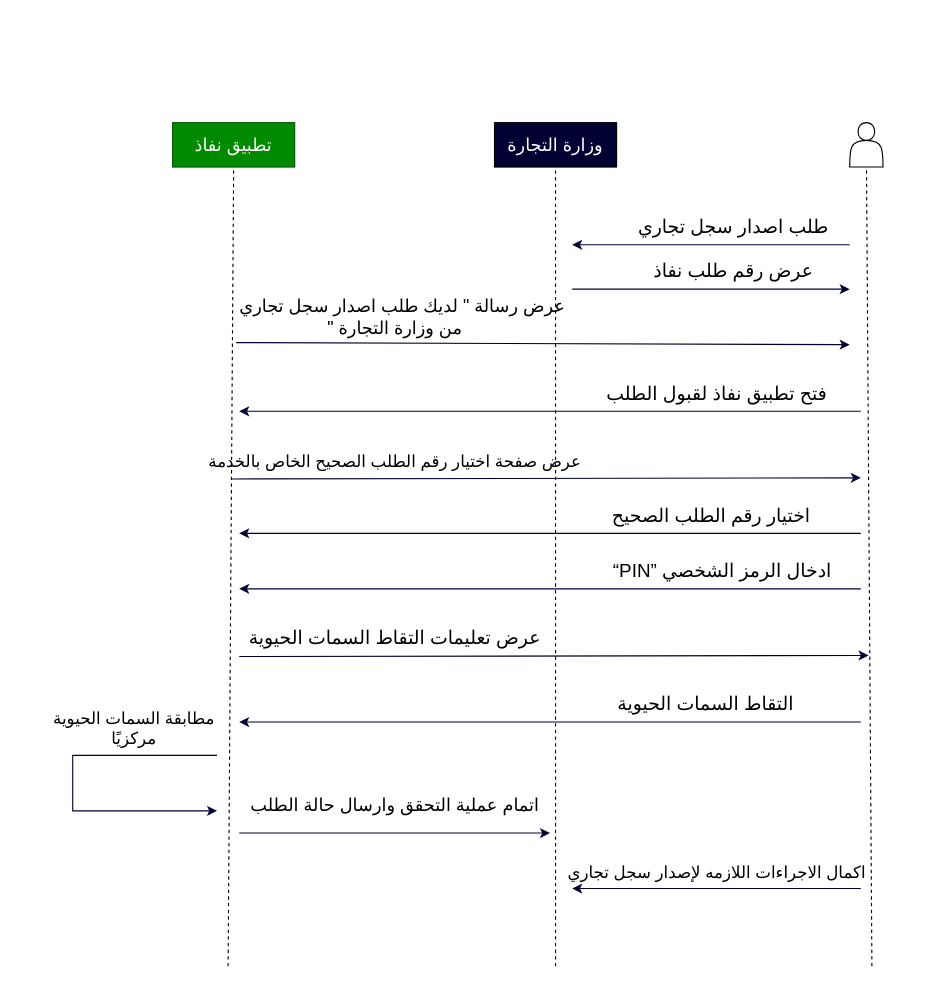
BayadirAlharbi/SmartMethodsTask1 keeps this draw.io diagram as اصدار سجل تجاري.drawio. Above is the earlier version. Source tidied: cells renumbered, new cells numbered last; positions are measured from the earlier drawing's top-left corner, leaving out a move shared by most shapes. Both pictures are drawn from the tidied source at 111%, with x=0, y=0 at pixel (61, 122).
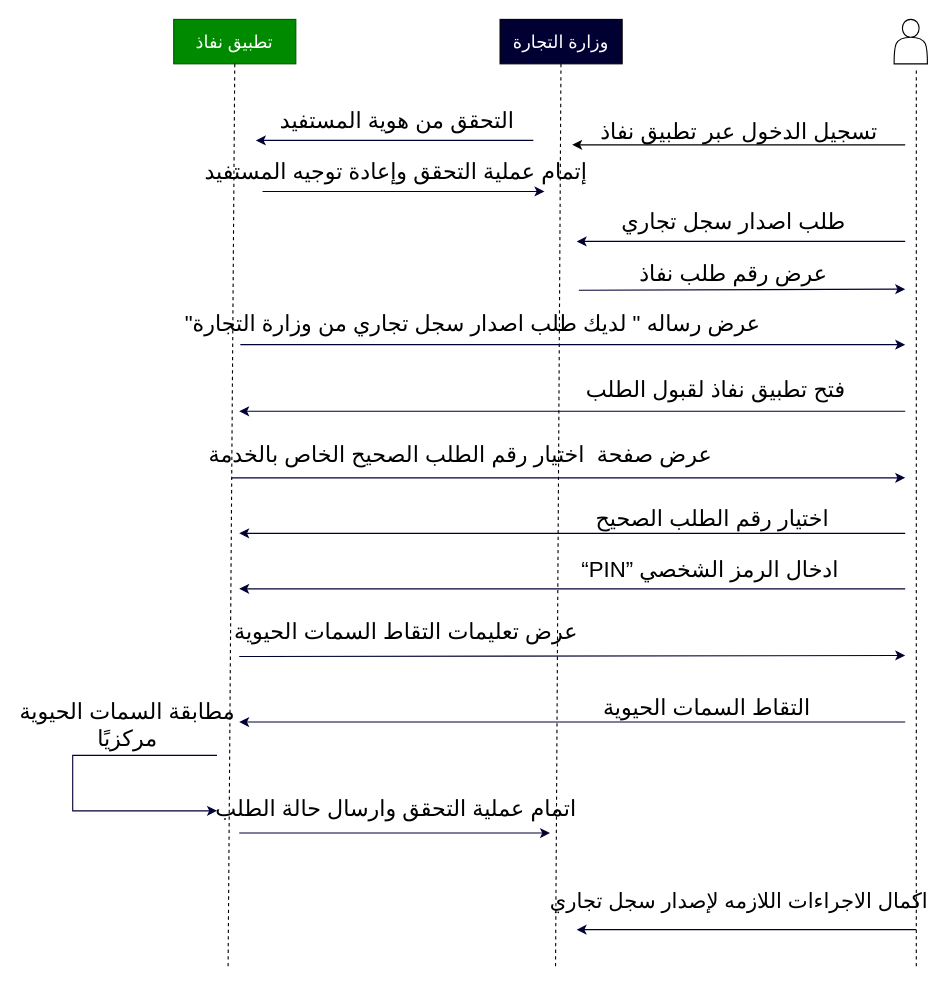
Above is the later version.

Diff of the diagram source:
```diff
@@
-    <mxCell id="2" style="endArrow=none;dashed=1;html=1;rounded=0;startArrow=none;" parent="1" edge="1" source="24">
-      <mxGeometry relative="1" as="geometry">
-        <mxPoint x="450" y="20" as="targetPoint" />
-      </mxGeometry>
-    </mxCell>
     <mxCell id="3" value="تطبيق نفاذ" style="rounded=0;whiteSpace=wrap;html=1;strokeColor=#005700;fillColor=#008a00;fontColor=#ffffff;fontSize=16;" parent="1" vertex="1">
-      <mxGeometry x="100" width="110" height="40" as="geometry" />
+      <mxGeometry x="101" y="-93" width="110" height="40" as="geometry" />
     </mxCell>
     <mxCell id="4" style="endArrow=classic;html=1;rounded=0;fontSize=10;fillColor=#0050ef;strokeColor=#000033;" parent="1" edge="1">
       <mxGeometry relative="1" as="geometry">
-        <mxPoint x="710" y="110" as="sourcePoint" />
-        <mxPoint x="460" y="110" as="targetPoint" />
+        <mxPoint x="760" y="107" as="sourcePoint" />
+        <mxPoint x="464" y="107" as="targetPoint" />
       </mxGeometry>
     </mxCell>
-    <mxCell id="5" value="&lt;font style=&quot;font-size: 17px;&quot;&gt;طلب اصدار سجل تجاري&lt;/font&gt;" style="text;html=1;align=center;verticalAlign=middle;strokeColor=none;fillColor=none;fontSize=17;" parent="1" vertex="1">
-      <mxGeometry x="525" y="80" width="160" height="30" as="geometry" />
+    <mxCell id="5" value="&lt;font style=&quot;font-size: 20px;&quot;&gt;طلب اصدار سجل تجاري&lt;/font&gt;" style="text;html=1;align=center;verticalAlign=middle;strokeColor=none;fillColor=none;fontSize=20;" parent="1" vertex="1">
+      <mxGeometry x="515" y="70" width="180" height="36" as="geometry" />
     </mxCell>
     <mxCell id="6" style="endArrow=classic;html=1;rounded=0;fontSize=10;strokeColor=#000033;" parent="1" edge="1">
       <mxGeometry relative="1" as="geometry">
-        <mxPoint x="460" y="150" as="sourcePoint" />
-        <mxPoint x="710" y="150" as="targetPoint" />
+        <mxPoint x="466" y="151" as="sourcePoint" />
+        <mxPoint x="760" y="150" as="targetPoint" />
       </mxGeometry>
     </mxCell>
-    <mxCell id="7" value="&lt;font style=&quot;font-size: 17px;&quot;&gt;عرض رقم طلب نفاذ&lt;/font&gt;" style="text;html=1;align=center;verticalAlign=middle;strokeColor=none;fillColor=none;fontSize=17;" parent="1" vertex="1">
-      <mxGeometry x="535" y="120" width="140" height="30" as="geometry" />
+    <mxCell id="7" value="&lt;font style=&quot;font-size: 20px;&quot;&gt;عرض رقم طلب نفاذ&lt;/font&gt;" style="text;html=1;align=center;verticalAlign=middle;strokeColor=none;fillColor=none;fontSize=20;" parent="1" vertex="1">
+      <mxGeometry x="530" y="117" width="150" height="36" as="geometry" />
     </mxCell>
-    <mxCell id="8" value="&lt;font style=&quot;font-size: 16px;&quot;&gt;&amp;nbsp; &amp;nbsp;عرض رسالة &quot; لديك طلب اصدار سجل تجاري&lt;br&gt;&quot; من وزارة التجارة&lt;/font&gt;" style="text;html=1;align=center;verticalAlign=middle;points=[];strokeColor=none;fillColor=none;fontSize=16;" parent="1" vertex="1">
-      <mxGeometry x="160" y="150" width="280" height="50" as="geometry" />
+    <mxCell id="8" value="&lt;font style=&quot;font-size: 20px;&quot;&gt;&quot;عرض رساله &quot; لديك طلب اصدار سجل تجاري من وزارة التجارة&lt;br style=&quot;font-size: 20px;&quot;&gt;&lt;/font&gt;" style="text;html=1;align=center;verticalAlign=middle;points=[];strokeColor=none;fillColor=none;fontSize=20;" parent="1" vertex="1">
+      <mxGeometry x="150" y="162" width="440" height="36" as="geometry" />
     </mxCell>
     <mxCell id="9" style="endArrow=classic;html=1;rounded=0;strokeColor=#000033;" parent="1" edge="1">
       <mxGeometry relative="1" as="geometry">
-        <mxPoint x="720" y="260" as="sourcePoint" />
+        <mxPoint x="760" y="260" as="sourcePoint" />
         <mxPoint x="160" y="260" as="targetPoint" />
       </mxGeometry>
     </mxCell>
-    <mxCell id="10" value="فتح تطبيق نفاذ لقبول الطلب" style="text;html=1;align=center;verticalAlign=middle;strokeColor=none;fillColor=none;fontSize=17;" parent="1" vertex="1">
-      <mxGeometry x="505" y="230" width="170" height="30" as="geometry" />
+    <mxCell id="10" value="فتح تطبيق نفاذ لقبول الطلب" style="text;html=1;align=center;verticalAlign=middle;strokeColor=none;fillColor=none;fontSize=20;" parent="1" vertex="1">
+      <mxGeometry x="493" y="222" width="192" height="36" as="geometry" />
     </mxCell>
-    <mxCell id="11" style="endArrow=classic;html=1;rounded=0;strokeColor=#000033;exitX=0.01;exitY=1.033;exitDx=0;exitDy=0;exitPerimeter=0;" parent="1" edge="1" source="12">
+    <mxCell id="11" style="endArrow=classic;html=1;rounded=0;strokeColor=#000033;" parent="1" edge="1">
       <mxGeometry relative="1" as="geometry">
-        <mxPoint x="720" y="320" as="targetPoint" />
+        <mxPoint x="153" y="320" as="sourcePoint" />
+        <mxPoint x="760" y="320" as="targetPoint" />
       </mxGeometry>
     </mxCell>
-    <mxCell id="12" value="عرض صفحة اختيار رقم الطلب الصحيح الخاص بالخدمة" style="text;html=1;align=center;verticalAlign=middle;points=[];strokeColor=none;fillColor=none;fontSize=15;" parent="1" vertex="1">
-      <mxGeometry x="150" y="290" width="300" height="30" as="geometry" />
+    <mxCell id="12" value="عرض صفحة&amp;nbsp; اختيار رقم الطلب الصحيح الخاص بالخدمة" style="text;html=1;align=center;verticalAlign=middle;points=[];strokeColor=none;fillColor=none;fontSize=20;" parent="1" vertex="1">
+      <mxGeometry x="165" y="280" width="387" height="36" as="geometry" />
     </mxCell>
     <mxCell id="13" style="endArrow=classic;html=1;rounded=0;strokeColor=#000033;" parent="1" edge="1">
       <mxGeometry relative="1" as="geometry">
-        <mxPoint x="720" y="370" as="sourcePoint" />
+        <mxPoint x="760" y="370" as="sourcePoint" />
         <mxPoint x="160" y="370" as="targetPoint" />
       </mxGeometry>
     </mxCell>
-    <mxCell id="14" value="اختيار رقم الطلب الصحيح" style="text;html=1;align=center;verticalAlign=middle;strokeColor=none;fillColor=none;fontSize=17;" parent="1" vertex="1">
-      <mxGeometry x="500" y="340" width="170" height="30" as="geometry" />
+    <mxCell id="14" value="اختيار رقم الطلب الصحيح" style="text;html=1;align=center;verticalAlign=middle;strokeColor=none;fillColor=none;fontSize=20;" parent="1" vertex="1">
+      <mxGeometry x="493" y="338" width="185" height="36" as="geometry" />
     </mxCell>
-    <mxCell id="15" value="&lt;font style=&quot;font-size: 17px;&quot;&gt;عرض تعليمات التقاط السمات الحيوية&lt;/font&gt;" style="text;html=1;align=center;verticalAlign=middle;strokeColor=none;fillColor=none;fontSize=17;" parent="1" vertex="1">
-      <mxGeometry x="185" y="450" width="230" height="30" as="geometry" />
+    <mxCell id="15" value="&lt;font style=&quot;font-size: 20px;&quot;&gt;عرض تعليمات التقاط السمات الحيوية&lt;/font&gt;" style="text;html=1;align=center;verticalAlign=middle;strokeColor=none;fillColor=none;fontSize=20;" parent="1" vertex="1">
+      <mxGeometry x="182" y="440" width="256" height="36" as="geometry" />
     </mxCell>
     <mxCell id="16" style="endArrow=classic;html=1;rounded=0;strokeColor=#000033;" parent="1" edge="1">
       <mxGeometry relative="1" as="geometry">
-        <mxPoint x="720" y="540" as="sourcePoint" />
+        <mxPoint x="760" y="540" as="sourcePoint" />
         <mxPoint x="160" y="540" as="targetPoint" />
       </mxGeometry>
     </mxCell>
-    <mxCell id="17" value="التقاط السمات الحيوية" style="text;html=1;align=center;verticalAlign=middle;strokeColor=none;fillColor=none;fontSize=17;" parent="1" vertex="1">
-      <mxGeometry x="510" y="510" width="140" height="30" as="geometry" />
+    <mxCell id="17" value="التقاط السمات الحيوية" style="text;html=1;align=center;verticalAlign=middle;strokeColor=none;fillColor=none;fontSize=20;" parent="1" vertex="1">
+      <mxGeometry x="504" y="508" width="154" height="36" as="geometry" />
     </mxCell>
@@
-    <mxCell id="19" value="مطابقة السمات الحيوية&lt;br style=&quot;font-size: 15px;&quot;&gt;مركزيًا" style="text;html=1;align=center;verticalAlign=middle;strokeColor=none;fillColor=none;fontSize=15;" parent="1" vertex="1">
-      <mxGeometry y="520" width="130" height="50" as="geometry" />
+    <mxCell id="19" value="مطابقة السمات الحيوية&lt;br style=&quot;font-size: 20px;&quot;&gt;مركزيًا" style="text;html=1;align=center;verticalAlign=middle;strokeColor=none;fillColor=none;fontSize=20;" parent="1" vertex="1">
+      <mxGeometry x="-22" y="512" width="161" height="60" as="geometry" />
     </mxCell>
@@
-    <mxCell id="21" value="اتمام عملية التحقق وارسال حالة الطلب" style="text;html=1;align=center;verticalAlign=middle;strokeColor=none;fillColor=none;fontSize=16;" parent="1" vertex="1">
-      <mxGeometry x="190" y="600" width="220" height="30" as="geometry" />
+    <mxCell id="21" value="اتمام عملية التحقق وارسال حالة الطلب" style="text;html=1;align=center;verticalAlign=middle;strokeColor=none;fillColor=none;fontSize=20;" parent="1" vertex="1">
+      <mxGeometry x="169" y="599" width="263" height="36" as="geometry" />
     </mxCell>
-    <mxCell id="22" style="endArrow=classic;html=1;rounded=0;strokeColor=#000033;" parent="1" edge="1">
-      <mxGeometry relative="1" as="geometry">
-        <mxPoint x="720" y="690" as="sourcePoint" />
-        <mxPoint x="460" y="690" as="targetPoint" />
-      </mxGeometry>
-    </mxCell>
-    <mxCell id="23" value="اكمال الاجراءات اللازمه لإصدار سجل تجاري" style="text;html=1;align=center;verticalAlign=middle;strokeColor=none;fillColor=none;fontSize=15;" parent="1" vertex="1">
-      <mxGeometry x="470" y="660" width="240" height="30" as="geometry" />
+    <mxCell id="23" value="اكمال الاجراءات اللازمه لإصدار سجل تجاري" style="text;html=1;align=center;verticalAlign=middle;strokeColor=none;fillColor=none;fontSize=19;" parent="1" vertex="1">
+      <mxGeometry x="460" y="684" width="300" height="35" as="geometry" />
     </mxCell>
     <mxCell id="24" value="&lt;font style=&quot;font-size: 16px;&quot;&gt;وزارة التجارة&lt;/font&gt;" style="rounded=0;whiteSpace=wrap;html=1;strokeColor=#000000;fillColor=#000033;fontColor=#ffffff;" parent="1" vertex="1">
-      <mxGeometry x="390" width="110" height="40" as="geometry" />
+      <mxGeometry x="395" y="-93" width="110" height="40" as="geometry" />
     </mxCell>
@@
-    <mxCell id="26" style="endArrow=none;dashed=1;html=1;rounded=0;startArrow=none;" parent="1" edge="1" source="29">
-      <mxGeometry relative="1" as="geometry">
-        <mxPoint x="730" y="40" as="targetPoint" />
-      </mxGeometry>
-    </mxCell>
     <mxCell id="27" style="endArrow=classic;html=1;rounded=0;strokeColor=#000033;" parent="1" edge="1">
       <mxGeometry relative="1" as="geometry">
-        <mxPoint x="720" y="420" as="sourcePoint" />
+        <mxPoint x="760" y="420" as="sourcePoint" />
         <mxPoint x="160" y="420" as="targetPoint" />
       </mxGeometry>
     </mxCell>
-    <mxCell id="28" value="&lt;font style=&quot;font-size: 17px;&quot;&gt;“PIN” ادخال الرمز الشخصي&lt;/font&gt;" style="text;html=1;align=center;verticalAlign=middle;strokeColor=none;fillColor=none;fontSize=17;" parent="1" vertex="1">
-      <mxGeometry x="500" y="390" width="190" height="30" as="geometry" />
+    <mxCell id="28" value="&lt;font style=&quot;font-size: 20px;&quot;&gt;“PIN” ادخال الرمز الشخصي&lt;/font&gt;" style="text;html=1;align=center;verticalAlign=middle;strokeColor=none;fillColor=none;fontSize=20;" parent="1" vertex="1">
+      <mxGeometry x="478" y="384" width="211" height="36" as="geometry" />
     </mxCell>
     <mxCell id="29" style="shape=actor;whiteSpace=wrap;html=1;strokeColor=default;verticalAlign=middle;fontStyle=0;" parent="1" vertex="1">
-      <mxGeometry x="710" width="30" height="40" as="geometry" />
+      <mxGeometry x="750" y="-93" width="30" height="40" as="geometry" />
     </mxCell>
-    <mxCell id="30" style="endArrow=none;dashed=1;html=1;rounded=0;" parent="1" edge="1" target="29">
+    <mxCell id="30" style="endArrow=none;dashed=1;html=1;rounded=0;" parent="1" edge="1">
       <mxGeometry relative="1" as="geometry">
-        <mxPoint x="730" y="760" as="sourcePoint" />
+        <mxPoint x="770" y="760" as="sourcePoint" />
+        <mxPoint x="770" y="-50" as="targetPoint" />
       </mxGeometry>
     </mxCell>
-    <mxCell id="31" style="endArrow=classic;html=1;rounded=0;strokeColor=#000033;exitX=-0.01;exitY=0.963;exitDx=0;exitDy=0;exitPerimeter=0;" parent="1" edge="1" source="8">
+    <mxCell id="31" style="endArrow=classic;html=1;rounded=0;strokeColor=#000033;" parent="1" edge="1">
       <mxGeometry relative="1" as="geometry">
-        <mxPoint x="710" y="200" as="targetPoint" />
+        <mxPoint x="161" y="200" as="sourcePoint" />
+        <mxPoint x="760" y="200" as="targetPoint" />
       </mxGeometry>
     </mxCell>
@@
     <mxCell id="33" style="endArrow=classic;html=1;rounded=0;strokeColor=#000033;exitX=0.01;exitY=1.033;exitDx=0;exitDy=0;exitPerimeter=0;" parent="1" edge="1">
       <mxGeometry relative="1" as="geometry">
         <mxPoint x="160" y="481" as="sourcePoint" />
-        <mxPoint x="727" y="480" as="targetPoint" />
+        <mxPoint x="760" y="480" as="targetPoint" />
       </mxGeometry>
     </mxCell>
+    <mxCell id="34" value="&lt;font style=&quot;font-size: 20px;&quot;&gt;تسجيل الدخول عبر تطبيق نفاذ&lt;/font&gt;" style="text;html=1;align=center;verticalAlign=middle;strokeColor=none;fillColor=none;fontSize=20;" parent="1" vertex="1">
+      <mxGeometry x="505" y="-11" width="210" height="36" as="geometry" />
+    </mxCell>
+    <mxCell id="35" value="&lt;font style=&quot;font-size: 20px;&quot;&gt;التحقق من هوية المستفيد&lt;/font&gt;" style="text;html=1;align=center;verticalAlign=middle;strokeColor=none;fillColor=none;fontSize=20;" parent="1" vertex="1">
+      <mxGeometry x="216" y="-21" width="172" height="36" as="geometry" />
+    </mxCell>
+    <mxCell id="36" style="endArrow=classic;html=1;rounded=0;fontSize=10;fillColor=#0050ef;strokeColor=#000033;" parent="1" edge="1">
+      <mxGeometry relative="1" as="geometry">
+        <mxPoint x="425" y="16" as="sourcePoint" />
+        <mxPoint x="175" y="16" as="targetPoint" />
+      </mxGeometry>
+    </mxCell>
+    <mxCell id="37" style="endArrow=classic;html=1;rounded=0;fontSize=10;fillColor=#0050ef;strokeColor=#000033;" parent="1" edge="1">
+      <mxGeometry relative="1" as="geometry">
+        <mxPoint x="181" y="62" as="sourcePoint" />
+        <mxPoint x="435" y="62" as="targetPoint" />
+      </mxGeometry>
+    </mxCell>
+    <mxCell id="38" value="&lt;font style=&quot;font-size: 20px;&quot;&gt;إتمام عملية التحقق وإعادة توجيه المستفيد&lt;/font&gt;" style="text;html=1;align=center;verticalAlign=middle;strokeColor=none;fillColor=none;fontSize=20;" parent="1" vertex="1">
+      <mxGeometry x="160.5" y="23" width="280" height="40" as="geometry" />
+    </mxCell>
+    <mxCell id="39" style="endArrow=classic;html=1;rounded=0;fontSize=10;fillColor=#0050ef;strokeColor=#000033;" parent="1" edge="1">
+      <mxGeometry relative="1" as="geometry">
+        <mxPoint x="770" y="727" as="sourcePoint" />
+        <mxPoint x="464" y="727" as="targetPoint" />
+      </mxGeometry>
+    </mxCell>
+    <mxCell id="40" style="endArrow=classic;html=1;rounded=0;fontSize=19;" parent="1" edge="1">
+      <mxGeometry relative="1" as="geometry">
+        <mxPoint x="760" y="20" as="sourcePoint" />
+        <mxPoint x="460" y="20" as="targetPoint" />
+      </mxGeometry>
+    </mxCell>
```
